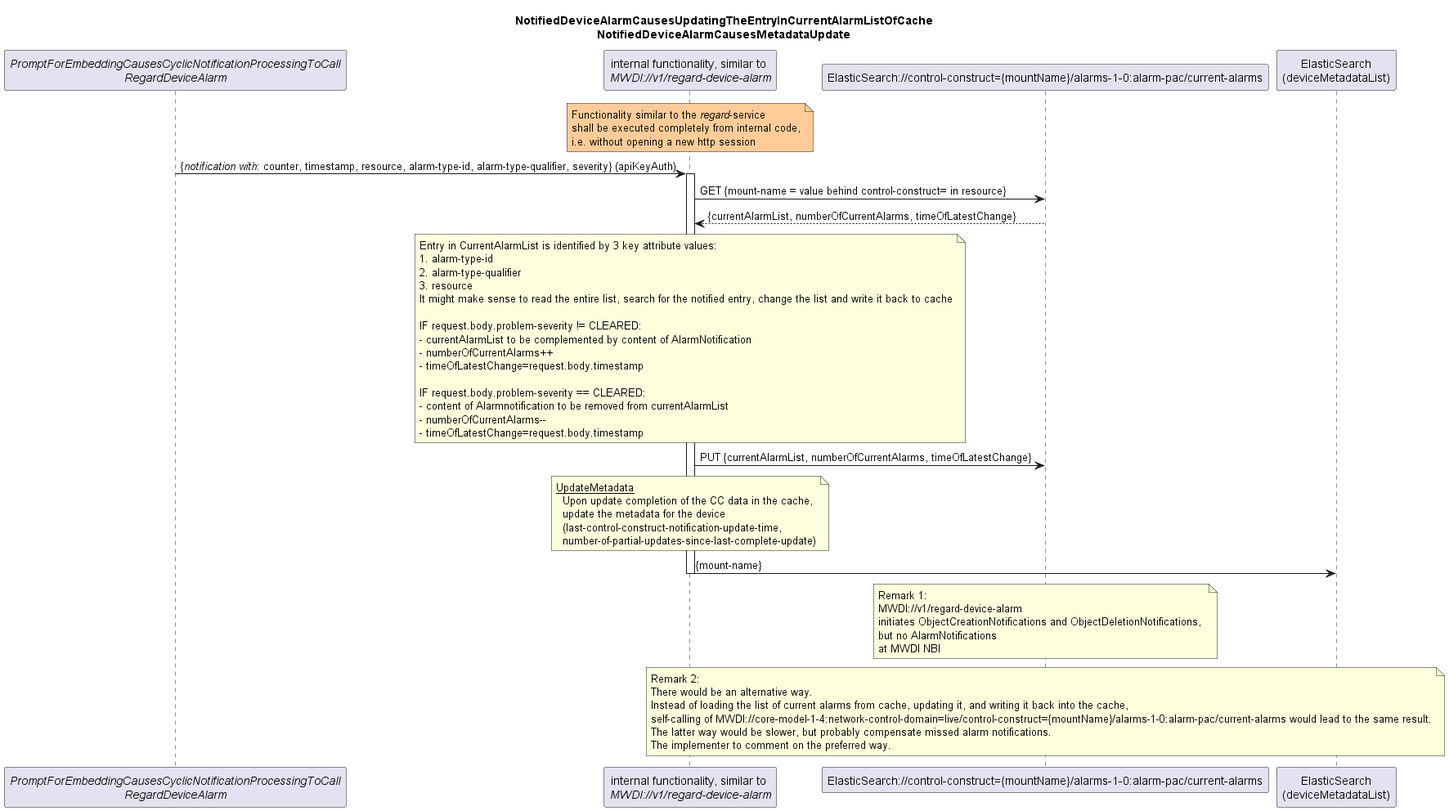
Before: spec/diagrams/022_NotificationBasedAlarmListUpdate.png, a diagram exported from PlantUML (openBackhaul/MicroWaveDeviceInventory).
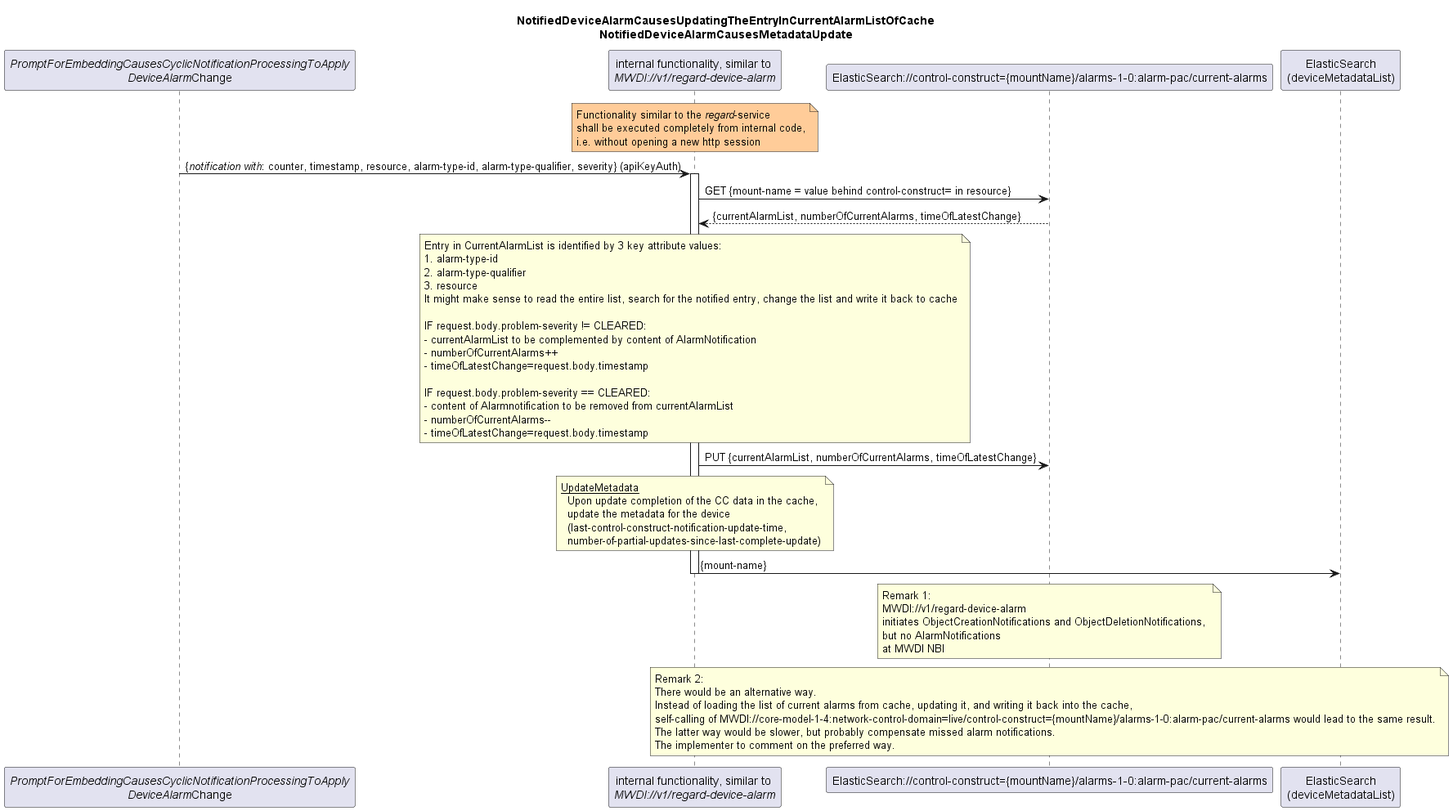
The same file after the commit.

Diff of the diagram source:
```diff
@@ -7,7 +7,7 @@
   NotifiedDeviceAlarmCausesMetadataUpdate
 end title
 
-participant "<i>PromptForEmbeddingCausesCyclicNotificationProcessingToCall</i>\n<i>RegardDeviceAlarm</i>" as init
+participant "<i>PromptForEmbeddingCausesCyclicNotificationProcessingToApply</i>\n<i>DeviceAlarm</i>Change" as init
 participant "internal functionality, similar to \n<i>MWDI://v1/regard-device-alarm</i>" as regardAlarm
 participant "ElasticSearch://control-construct={mountName}/alarms-1-0:alarm-pac/current-alarms" as CurrentAlarms
 participant "ElasticSearch\n(deviceMetadataList)" as es
```
